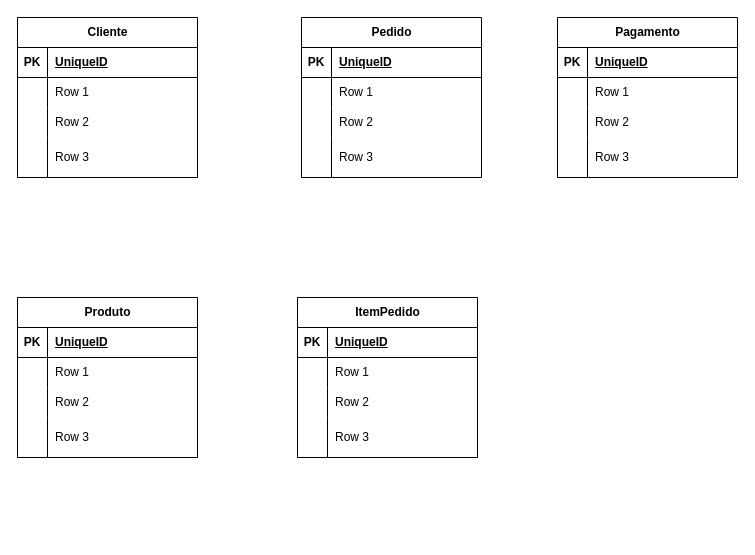
Above: page "TechMarket-Logico" (4 of 4) of Banco de dados/TechMarket.drawio in raphaelz3/ProjetoEComerceSenai (draw.io), before the change. Source tidied: cells renumbered, new cells numbered last; positions are measured from the earlier drawing's top-left corner, leaving out a move shared by most shapes. Both pictures are drawn from the tidied source at 100%, with x=0, y=0 at pixel (17, 17).
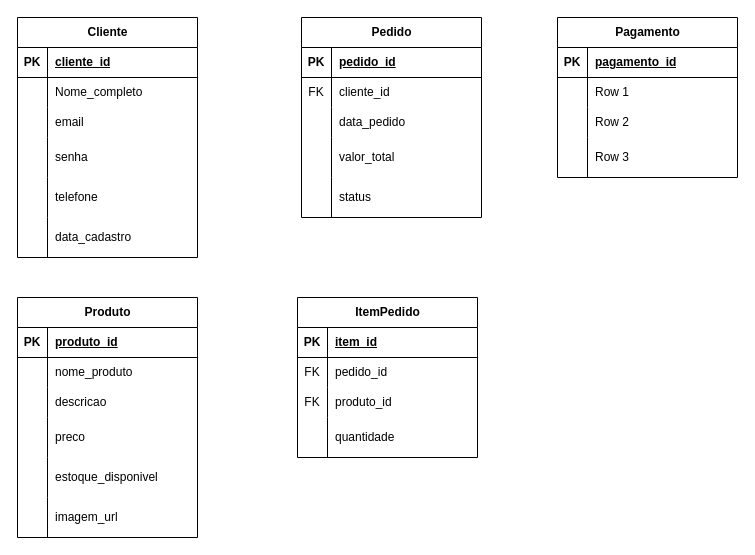
The same page after the edit.

Unchanged cells that the change refers to:
```xml
<mxCell id="3" style="shape=tableRow;horizontal=0;startSize=0;swimlaneHead=0;swimlaneBody=0;fillColor=none;top=0;left=0;right=0;bottom=1;" parent="2" vertex="1">
  <mxGeometry y="30" width="180" height="30" as="geometry" />
</mxCell>
<mxCell id="6" style="shape=tableRow;horizontal=0;startSize=0;swimlaneHead=0;swimlaneBody=0;fillColor=none;top=0;left=0;right=0;bottom=0;" parent="2" vertex="1">
  <mxGeometry y="60" width="180" height="30" as="geometry" />
</mxCell>
<mxCell id="9" style="shape=tableRow;horizontal=0;startSize=0;swimlaneHead=0;swimlaneBody=0;fillColor=none;top=0;left=0;right=0;bottom=0;" parent="2" vertex="1">
  <mxGeometry y="90" width="180" height="30" as="geometry" />
</mxCell>
<mxCell id="12" style="shape=tableRow;horizontal=0;startSize=0;swimlaneHead=0;swimlaneBody=0;fillColor=none;top=0;left=0;right=0;bottom=0;" parent="2" vertex="1">
  <mxGeometry y="120" width="180" height="40" as="geometry" />
</mxCell>
<mxCell id="16" style="shape=tableRow;horizontal=0;startSize=0;swimlaneHead=0;swimlaneBody=0;fillColor=none;top=0;left=0;right=0;bottom=1;" parent="15" vertex="1">
  <mxGeometry y="30" width="180" height="30" as="geometry" />
</mxCell>
<mxCell id="19" style="shape=tableRow;horizontal=0;startSize=0;swimlaneHead=0;swimlaneBody=0;fillColor=none;top=0;left=0;right=0;bottom=0;" parent="15" vertex="1">
  <mxGeometry y="60" width="180" height="30" as="geometry" />
</mxCell>
<mxCell id="22" style="shape=tableRow;horizontal=0;startSize=0;swimlaneHead=0;swimlaneBody=0;fillColor=none;top=0;left=0;right=0;bottom=0;" parent="15" vertex="1">
  <mxGeometry y="90" width="180" height="30" as="geometry" />
</mxCell>
<mxCell id="25" style="shape=tableRow;horizontal=0;startSize=0;swimlaneHead=0;swimlaneBody=0;fillColor=none;top=0;left=0;right=0;bottom=0;" parent="15" vertex="1">
  <mxGeometry y="120" width="180" height="40" as="geometry" />
</mxCell>
<mxCell id="29" style="shape=tableRow;horizontal=0;startSize=0;swimlaneHead=0;swimlaneBody=0;fillColor=none;top=0;left=0;right=0;bottom=1;" parent="28" vertex="1">
  <mxGeometry y="30" width="180" height="30" as="geometry" />
</mxCell>
<mxCell id="42" style="shape=tableRow;horizontal=0;startSize=0;swimlaneHead=0;swimlaneBody=0;fillColor=none;top=0;left=0;right=0;bottom=1;" parent="41" vertex="1">
  <mxGeometry y="30" width="180" height="30" as="geometry" />
</mxCell>
<mxCell id="45" style="shape=tableRow;horizontal=0;startSize=0;swimlaneHead=0;swimlaneBody=0;fillColor=none;top=0;left=0;right=0;bottom=0;" parent="41" vertex="1">
  <mxGeometry y="60" width="180" height="30" as="geometry" />
</mxCell>
<mxCell id="48" style="shape=tableRow;horizontal=0;startSize=0;swimlaneHead=0;swimlaneBody=0;fillColor=none;top=0;left=0;right=0;bottom=0;" parent="41" vertex="1">
  <mxGeometry y="90" width="180" height="30" as="geometry" />
</mxCell>
<mxCell id="51" style="shape=tableRow;horizontal=0;startSize=0;swimlaneHead=0;swimlaneBody=0;fillColor=none;top=0;left=0;right=0;bottom=0;" parent="41" vertex="1">
  <mxGeometry y="120" width="180" height="40" as="geometry" />
</mxCell>
<mxCell id="55" style="shape=tableRow;horizontal=0;startSize=0;swimlaneHead=0;swimlaneBody=0;fillColor=none;top=0;left=0;right=0;bottom=1;" parent="54" vertex="1">
  <mxGeometry y="30" width="180" height="30" as="geometry" />
</mxCell>
<mxCell id="58" style="shape=tableRow;horizontal=0;startSize=0;swimlaneHead=0;swimlaneBody=0;fillColor=none;top=0;left=0;right=0;bottom=0;" parent="54" vertex="1">
  <mxGeometry y="60" width="180" height="30" as="geometry" />
</mxCell>
<mxCell id="61" style="shape=tableRow;horizontal=0;startSize=0;swimlaneHead=0;swimlaneBody=0;fillColor=none;top=0;left=0;right=0;bottom=0;" parent="54" vertex="1">
  <mxGeometry y="90" width="180" height="30" as="geometry" />
</mxCell>
<mxCell id="64" style="shape=tableRow;horizontal=0;startSize=0;swimlaneHead=0;swimlaneBody=0;fillColor=none;top=0;left=0;right=0;bottom=0;" parent="54" vertex="1">
  <mxGeometry y="120" width="180" height="40" as="geometry" />
</mxCell>
```

The edit, as a diff of the source:
```diff
@@
     <mxCell id="2" value="Pedido" style="shape=table;startSize=30;childLayout=tableLayout;rowLines=0;fontStyle=1;align=center;html=1;" parent="1" vertex="1">
-      <mxGeometry x="284" width="180" height="160" as="geometry" />
+      <mxGeometry x="284" width="180" height="200" as="geometry" />
     </mxCell>
@@
-    <mxCell id="5" value="UniqueID" style="shape=partialRectangle;fillColor=none;top=0;left=0;bottom=0;right=0;align=left;spacingLeft=6;fontStyle=5;overflow=hidden;whiteSpace=wrap;html=1;" parent="3" vertex="1">
+    <mxCell id="5" value="pedido_id" style="shape=partialRectangle;fillColor=none;top=0;left=0;bottom=0;right=0;align=left;spacingLeft=6;fontStyle=5;overflow=hidden;whiteSpace=wrap;html=1;" parent="3" vertex="1">
       <mxGeometry x="30" width="150" height="30" as="geometry" />
     </mxCell>
@@
-    <mxCell id="7" style="shape=partialRectangle;fillColor=none;top=0;left=0;bottom=0;right=0;overflow=hidden;whiteSpace=wrap;html=1;" parent="6" vertex="1">
+    <mxCell id="7" value="FK" style="shape=partialRectangle;fillColor=none;top=0;left=0;bottom=0;right=0;overflow=hidden;whiteSpace=wrap;html=1;" parent="6" vertex="1">
       <mxGeometry width="30" height="30" as="geometry" />
     </mxCell>
-    <mxCell id="8" value="Row 1" style="shape=partialRectangle;fillColor=none;top=0;left=0;bottom=0;right=0;align=left;spacingLeft=6;overflow=hidden;whiteSpace=wrap;html=1;" parent="6" vertex="1">
+    <mxCell id="8" value="cliente_id" style="shape=partialRectangle;fillColor=none;top=0;left=0;bottom=0;right=0;align=left;spacingLeft=6;overflow=hidden;whiteSpace=wrap;html=1;" parent="6" vertex="1">
       <mxGeometry x="30" width="150" height="30" as="geometry" />
     </mxCell>
@@
-    <mxCell id="11" value="Row 2" style="shape=partialRectangle;fillColor=none;top=0;left=0;bottom=0;right=0;align=left;spacingLeft=6;overflow=hidden;whiteSpace=wrap;html=1;" parent="9" vertex="1">
+    <mxCell id="11" value="data_pedido" style="shape=partialRectangle;fillColor=none;top=0;left=0;bottom=0;right=0;align=left;spacingLeft=6;overflow=hidden;whiteSpace=wrap;html=1;" parent="9" vertex="1">
       <mxGeometry x="30" width="150" height="30" as="geometry" />
     </mxCell>
@@
-    <mxCell id="14" value="Row 3" style="shape=partialRectangle;fillColor=none;top=0;left=0;bottom=0;right=0;align=left;spacingLeft=6;overflow=hidden;whiteSpace=wrap;html=1;" parent="12" vertex="1">
+    <mxCell id="14" value="valor_total" style="shape=partialRectangle;fillColor=none;top=0;left=0;bottom=0;right=0;align=left;spacingLeft=6;overflow=hidden;whiteSpace=wrap;html=1;" parent="12" vertex="1">
       <mxGeometry x="30" width="150" height="40" as="geometry" />
     </mxCell>
+    <mxCell id="67" style="shape=tableRow;horizontal=0;startSize=0;swimlaneHead=0;swimlaneBody=0;fillColor=none;top=0;left=0;right=0;bottom=0;" parent="2" vertex="1">
+      <mxGeometry y="160" width="180" height="40" as="geometry" />
+    </mxCell>
+    <mxCell id="68" style="shape=partialRectangle;fillColor=none;top=0;left=0;bottom=0;right=0;overflow=hidden;whiteSpace=wrap;html=1;" parent="67" vertex="1">
+      <mxGeometry width="30" height="40" as="geometry" />
+    </mxCell>
+    <mxCell id="69" value="status" style="shape=partialRectangle;fillColor=none;top=0;left=0;bottom=0;right=0;align=left;spacingLeft=6;overflow=hidden;whiteSpace=wrap;html=1;" parent="67" vertex="1">
+      <mxGeometry x="30" width="150" height="40" as="geometry" />
+    </mxCell>
     <mxCell id="15" value="Cliente" style="shape=table;startSize=30;childLayout=tableLayout;rowLines=0;fontStyle=1;align=center;html=1;" parent="1" vertex="1">
-      <mxGeometry width="180" height="160" as="geometry" />
+      <mxGeometry width="180" height="240" as="geometry" />
     </mxCell>
@@
-    <mxCell id="18" value="UniqueID" style="shape=partialRectangle;fillColor=none;top=0;left=0;bottom=0;right=0;align=left;spacingLeft=6;fontStyle=5;overflow=hidden;whiteSpace=wrap;html=1;" parent="16" vertex="1">
+    <mxCell id="18" value="cliente_id" style="shape=partialRectangle;fillColor=none;top=0;left=0;bottom=0;right=0;align=left;spacingLeft=6;fontStyle=5;overflow=hidden;whiteSpace=wrap;html=1;" parent="16" vertex="1">
       <mxGeometry x="30" width="150" height="30" as="geometry" />
     </mxCell>
@@
-    <mxCell id="21" value="Row 1" style="shape=partialRectangle;fillColor=none;top=0;left=0;bottom=0;right=0;align=left;spacingLeft=6;overflow=hidden;whiteSpace=wrap;html=1;" parent="19" vertex="1">
+    <mxCell id="21" value="Nome_completo" style="shape=partialRectangle;fillColor=none;top=0;left=0;bottom=0;right=0;align=left;spacingLeft=6;overflow=hidden;whiteSpace=wrap;html=1;" parent="19" vertex="1">
       <mxGeometry x="30" width="150" height="30" as="geometry" />
     </mxCell>
@@
-    <mxCell id="24" value="Row 2" style="shape=partialRectangle;fillColor=none;top=0;left=0;bottom=0;right=0;align=left;spacingLeft=6;overflow=hidden;whiteSpace=wrap;html=1;" parent="22" vertex="1">
+    <mxCell id="24" value="email" style="shape=partialRectangle;fillColor=none;top=0;left=0;bottom=0;right=0;align=left;spacingLeft=6;overflow=hidden;whiteSpace=wrap;html=1;" parent="22" vertex="1">
       <mxGeometry x="30" width="150" height="30" as="geometry" />
     </mxCell>
@@
-    <mxCell id="27" value="Row 3" style="shape=partialRectangle;fillColor=none;top=0;left=0;bottom=0;right=0;align=left;spacingLeft=6;overflow=hidden;whiteSpace=wrap;html=1;" parent="25" vertex="1">
+    <mxCell id="27" value="senha&lt;span style=&quot;white-space: pre;&quot;&gt;&#9;&lt;/span&gt;" style="shape=partialRectangle;fillColor=none;top=0;left=0;bottom=0;right=0;align=left;spacingLeft=6;overflow=hidden;whiteSpace=wrap;html=1;" parent="25" vertex="1">
       <mxGeometry x="30" width="150" height="40" as="geometry" />
     </mxCell>
+    <mxCell id="70" style="shape=tableRow;horizontal=0;startSize=0;swimlaneHead=0;swimlaneBody=0;fillColor=none;top=0;left=0;right=0;bottom=0;" parent="15" vertex="1">
+      <mxGeometry y="160" width="180" height="40" as="geometry" />
+    </mxCell>
+    <mxCell id="71" style="shape=partialRectangle;fillColor=none;top=0;left=0;bottom=0;right=0;overflow=hidden;whiteSpace=wrap;html=1;" parent="70" vertex="1">
+      <mxGeometry width="30" height="40" as="geometry" />
+    </mxCell>
+    <mxCell id="72" value="telefone" style="shape=partialRectangle;fillColor=none;top=0;left=0;bottom=0;right=0;align=left;spacingLeft=6;overflow=hidden;whiteSpace=wrap;html=1;" parent="70" vertex="1">
+      <mxGeometry x="30" width="150" height="40" as="geometry" />
+    </mxCell>
+    <mxCell id="73" style="shape=tableRow;horizontal=0;startSize=0;swimlaneHead=0;swimlaneBody=0;fillColor=none;top=0;left=0;right=0;bottom=0;" parent="15" vertex="1">
+      <mxGeometry y="200" width="180" height="40" as="geometry" />
+    </mxCell>
+    <mxCell id="74" style="shape=partialRectangle;fillColor=none;top=0;left=0;bottom=0;right=0;overflow=hidden;whiteSpace=wrap;html=1;" parent="73" vertex="1">
+      <mxGeometry width="30" height="40" as="geometry" />
+    </mxCell>
+    <mxCell id="75" value="data_cadastro" style="shape=partialRectangle;fillColor=none;top=0;left=0;bottom=0;right=0;align=left;spacingLeft=6;overflow=hidden;whiteSpace=wrap;html=1;" parent="73" vertex="1">
+      <mxGeometry x="30" width="150" height="40" as="geometry" />
+    </mxCell>
@@
-    <mxCell id="31" value="UniqueID" style="shape=partialRectangle;fillColor=none;top=0;left=0;bottom=0;right=0;align=left;spacingLeft=6;fontStyle=5;overflow=hidden;whiteSpace=wrap;html=1;" parent="29" vertex="1">
+    <mxCell id="31" value="pagamento_id" style="shape=partialRectangle;fillColor=none;top=0;left=0;bottom=0;right=0;align=left;spacingLeft=6;fontStyle=5;overflow=hidden;whiteSpace=wrap;html=1;" parent="29" vertex="1">
       <mxGeometry x="30" width="150" height="30" as="geometry" />
     </mxCell>
@@
-    <mxCell id="44" value="UniqueID" style="shape=partialRectangle;fillColor=none;top=0;left=0;bottom=0;right=0;align=left;spacingLeft=6;fontStyle=5;overflow=hidden;whiteSpace=wrap;html=1;" parent="42" vertex="1">
+    <mxCell id="44" value="item_id" style="shape=partialRectangle;fillColor=none;top=0;left=0;bottom=0;right=0;align=left;spacingLeft=6;fontStyle=5;overflow=hidden;whiteSpace=wrap;html=1;" parent="42" vertex="1">
       <mxGeometry x="30" width="150" height="30" as="geometry" />
     </mxCell>
@@
-    <mxCell id="46" style="shape=partialRectangle;fillColor=none;top=0;left=0;bottom=0;right=0;overflow=hidden;whiteSpace=wrap;html=1;" parent="45" vertex="1">
+    <mxCell id="46" value="FK" style="shape=partialRectangle;fillColor=none;top=0;left=0;bottom=0;right=0;overflow=hidden;whiteSpace=wrap;html=1;" parent="45" vertex="1">
       <mxGeometry width="30" height="30" as="geometry" />
     </mxCell>
-    <mxCell id="47" value="Row 1" style="shape=partialRectangle;fillColor=none;top=0;left=0;bottom=0;right=0;align=left;spacingLeft=6;overflow=hidden;whiteSpace=wrap;html=1;" parent="45" vertex="1">
+    <mxCell id="47" value="pedido_id" style="shape=partialRectangle;fillColor=none;top=0;left=0;bottom=0;right=0;align=left;spacingLeft=6;overflow=hidden;whiteSpace=wrap;html=1;" parent="45" vertex="1">
       <mxGeometry x="30" width="150" height="30" as="geometry" />
     </mxCell>
@@
-    <mxCell id="49" style="shape=partialRectangle;fillColor=none;top=0;left=0;bottom=0;right=0;overflow=hidden;whiteSpace=wrap;html=1;" parent="48" vertex="1">
+    <mxCell id="49" value="FK" style="shape=partialRectangle;fillColor=none;top=0;left=0;bottom=0;right=0;overflow=hidden;whiteSpace=wrap;html=1;" parent="48" vertex="1">
       <mxGeometry width="30" height="30" as="geometry" />
     </mxCell>
-    <mxCell id="50" value="Row 2" style="shape=partialRectangle;fillColor=none;top=0;left=0;bottom=0;right=0;align=left;spacingLeft=6;overflow=hidden;whiteSpace=wrap;html=1;" parent="48" vertex="1">
+    <mxCell id="50" value="produto_id" style="shape=partialRectangle;fillColor=none;top=0;left=0;bottom=0;right=0;align=left;spacingLeft=6;overflow=hidden;whiteSpace=wrap;html=1;" parent="48" vertex="1">
       <mxGeometry x="30" width="150" height="30" as="geometry" />
     </mxCell>
@@
-    <mxCell id="53" value="Row 3" style="shape=partialRectangle;fillColor=none;top=0;left=0;bottom=0;right=0;align=left;spacingLeft=6;overflow=hidden;whiteSpace=wrap;html=1;" parent="51" vertex="1">
+    <mxCell id="53" value="quantidade" style="shape=partialRectangle;fillColor=none;top=0;left=0;bottom=0;right=0;align=left;spacingLeft=6;overflow=hidden;whiteSpace=wrap;html=1;" parent="51" vertex="1">
       <mxGeometry x="30" width="150" height="40" as="geometry" />
     </mxCell>
     <mxCell id="54" value="Produto" style="shape=table;startSize=30;childLayout=tableLayout;rowLines=0;fontStyle=1;align=center;html=1;" parent="1" vertex="1">
-      <mxGeometry y="280" width="180" height="160" as="geometry" />
+      <mxGeometry y="280" width="180" height="240" as="geometry" />
     </mxCell>
@@
-    <mxCell id="57" value="UniqueID" style="shape=partialRectangle;fillColor=none;top=0;left=0;bottom=0;right=0;align=left;spacingLeft=6;fontStyle=5;overflow=hidden;whiteSpace=wrap;html=1;" parent="55" vertex="1">
+    <mxCell id="57" value="produto_id" style="shape=partialRectangle;fillColor=none;top=0;left=0;bottom=0;right=0;align=left;spacingLeft=6;fontStyle=5;overflow=hidden;whiteSpace=wrap;html=1;" parent="55" vertex="1">
       <mxGeometry x="30" width="150" height="30" as="geometry" />
     </mxCell>
@@
-    <mxCell id="60" value="Row 1" style="shape=partialRectangle;fillColor=none;top=0;left=0;bottom=0;right=0;align=left;spacingLeft=6;overflow=hidden;whiteSpace=wrap;html=1;" parent="58" vertex="1">
+    <mxCell id="60" value="nome_produto" style="shape=partialRectangle;fillColor=none;top=0;left=0;bottom=0;right=0;align=left;spacingLeft=6;overflow=hidden;whiteSpace=wrap;html=1;" parent="58" vertex="1">
       <mxGeometry x="30" width="150" height="30" as="geometry" />
     </mxCell>
@@
-    <mxCell id="63" value="Row 2" style="shape=partialRectangle;fillColor=none;top=0;left=0;bottom=0;right=0;align=left;spacingLeft=6;overflow=hidden;whiteSpace=wrap;html=1;" parent="61" vertex="1">
+    <mxCell id="63" value="descricao" style="shape=partialRectangle;fillColor=none;top=0;left=0;bottom=0;right=0;align=left;spacingLeft=6;overflow=hidden;whiteSpace=wrap;html=1;" parent="61" vertex="1">
       <mxGeometry x="30" width="150" height="30" as="geometry" />
     </mxCell>
@@
-    <mxCell id="66" value="Row 3" style="shape=partialRectangle;fillColor=none;top=0;left=0;bottom=0;right=0;align=left;spacingLeft=6;overflow=hidden;whiteSpace=wrap;html=1;" parent="64" vertex="1">
+    <mxCell id="66" value="preco" style="shape=partialRectangle;fillColor=none;top=0;left=0;bottom=0;right=0;align=left;spacingLeft=6;overflow=hidden;whiteSpace=wrap;html=1;" parent="64" vertex="1">
       <mxGeometry x="30" width="150" height="40" as="geometry" />
     </mxCell>
+    <mxCell id="76" style="shape=tableRow;horizontal=0;startSize=0;swimlaneHead=0;swimlaneBody=0;fillColor=none;top=0;left=0;right=0;bottom=0;" parent="54" vertex="1">
+      <mxGeometry y="160" width="180" height="40" as="geometry" />
+    </mxCell>
+    <mxCell id="77" style="shape=partialRectangle;fillColor=none;top=0;left=0;bottom=0;right=0;overflow=hidden;whiteSpace=wrap;html=1;" parent="76" vertex="1">
+      <mxGeometry width="30" height="40" as="geometry" />
+    </mxCell>
+    <mxCell id="78" value="estoque_disponivel" style="shape=partialRectangle;fillColor=none;top=0;left=0;bottom=0;right=0;align=left;spacingLeft=6;overflow=hidden;whiteSpace=wrap;html=1;" parent="76" vertex="1">
+      <mxGeometry x="30" width="150" height="40" as="geometry" />
+    </mxCell>
+    <mxCell id="79" style="shape=tableRow;horizontal=0;startSize=0;swimlaneHead=0;swimlaneBody=0;fillColor=none;top=0;left=0;right=0;bottom=0;" parent="54" vertex="1">
+      <mxGeometry y="200" width="180" height="40" as="geometry" />
+    </mxCell>
+    <mxCell id="80" style="shape=partialRectangle;fillColor=none;top=0;left=0;bottom=0;right=0;overflow=hidden;whiteSpace=wrap;html=1;" parent="79" vertex="1">
+      <mxGeometry width="30" height="40" as="geometry" />
+    </mxCell>
+    <mxCell id="81" value="imagem_url" style="shape=partialRectangle;fillColor=none;top=0;left=0;bottom=0;right=0;align=left;spacingLeft=6;overflow=hidden;whiteSpace=wrap;html=1;" parent="79" vertex="1">
+      <mxGeometry x="30" width="150" height="40" as="geometry" />
+    </mxCell>
```
